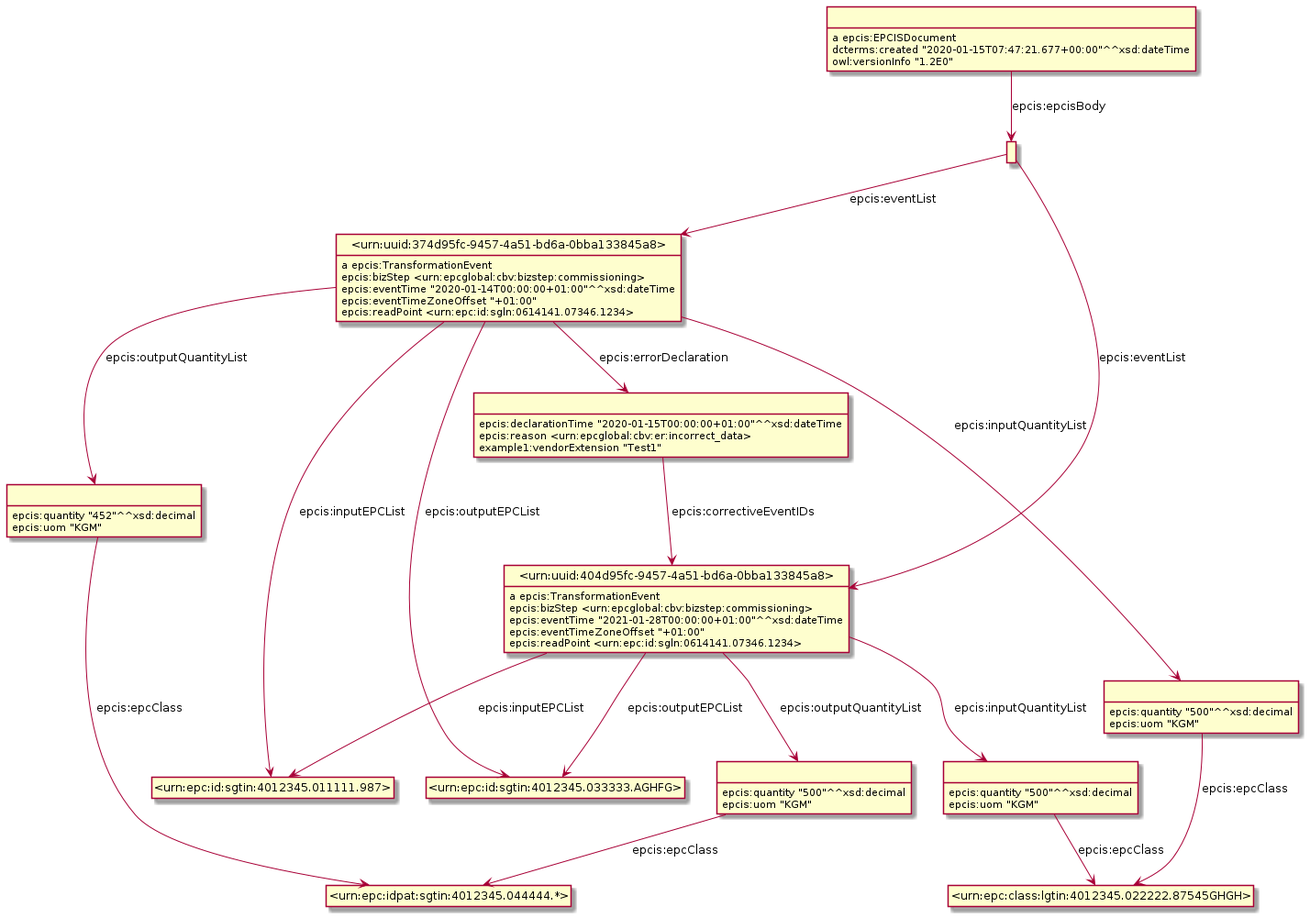
Earlier version of the PlantUML export Diagrams/WithErrorDeclaration/ErrorDeclarationAndCorrectiveEvent.png (gs1/EPCIS). Its diagram source:
```plantuml
@startuml
hide empty methods
hide empty attributes
hide circle
skinparam classAttributeIconSize 0
class _urn_uuid_374d95fc_9457_4a51_bd6a_0bba133845a8_ as "<urn:uuid:374d95fc-9457-4a51-bd6a-0bba133845a8>"
_urn_uuid_374d95fc_9457_4a51_bd6a_0bba133845a8_ : a epcis:TransformationEvent
class _urn_epc_id_sgtin_4012345_033333_AGHFG_ as "<urn:epc:id:sgtin:4012345.033333.AGHFG>"
_urn_uuid_374d95fc_9457_4a51_bd6a_0bba133845a8_ -down-> _urn_epc_id_sgtin_4012345_033333_AGHFG_ : epcis:outputEPCList
class _urn_epc_id_sgtin_4012345_011111_987_ as "<urn:epc:id:sgtin:4012345.011111.987>"
_urn_uuid_374d95fc_9457_4a51_bd6a_0bba133845a8_ -down-> _urn_epc_id_sgtin_4012345_011111_987_ : epcis:inputEPCList
class _r1623307975r2_ as " "
_urn_uuid_374d95fc_9457_4a51_bd6a_0bba133845a8_ -down-> _r1623307975r2_ : epcis:errorDeclaration
class _r1623307975r4_ as " "
_urn_uuid_374d95fc_9457_4a51_bd6a_0bba133845a8_ -down-> _r1623307975r4_ : epcis:outputQuantityList
class _r1623307975r3_ as " "
_urn_uuid_374d95fc_9457_4a51_bd6a_0bba133845a8_ -down-> _r1623307975r3_ : epcis:inputQuantityList
_urn_uuid_374d95fc_9457_4a51_bd6a_0bba133845a8_ : epcis:bizStep <urn:epcglobal:cbv:bizstep:commissioning>
_urn_uuid_374d95fc_9457_4a51_bd6a_0bba133845a8_ : epcis:eventTime "2020-01-14T00:00:00+01:00"^^xsd:dateTime
_urn_uuid_374d95fc_9457_4a51_bd6a_0bba133845a8_ : epcis:eventTimeZoneOffset "+01:00"
_urn_uuid_374d95fc_9457_4a51_bd6a_0bba133845a8_ : epcis:readPoint <urn:epc:id:sgln:0614141.07346.1234>
class _r1623307975r0_ as " "
_r1623307975r0_ : a epcis:EPCISDocument
class _r1623307975r1_ as " "
_r1623307975r0_ -down-> _r1623307975r1_ : epcis:epcisBody
_r1623307975r0_ : dcterms:created "2020-01-15T07:47:21.677+00:00"^^xsd:dateTime
_r1623307975r0_ : owl:versionInfo "1.2E0"
class _urn_epc_class_lgtin_4012345_022222_87545GHGH_ as "<urn:epc:class:lgtin:4012345.022222.87545GHGH>"
_r1623307975r3_ -down-> _urn_epc_class_lgtin_4012345_022222_87545GHGH_ : epcis:epcClass
_r1623307975r3_ : epcis:quantity "500"^^xsd:decimal
_r1623307975r3_ : epcis:uom "KGM"
class _urn_epc_idpat_sgtin_4012345_044444_ as "<urn:epc:idpat:sgtin:4012345.044444.*>"
_r1623307975r4_ -down-> _urn_epc_idpat_sgtin_4012345_044444_ : epcis:epcClass
_r1623307975r4_ : epcis:quantity "452"^^xsd:decimal
_r1623307975r4_ : epcis:uom "KGM"
class _urn_uuid_404d95fc_9457_4a51_bd6a_0bba133845a8_ as "<urn:uuid:404d95fc-9457-4a51-bd6a-0bba133845a8>"
_r1623307975r2_ -down-> _urn_uuid_404d95fc_9457_4a51_bd6a_0bba133845a8_ : epcis:correctiveEventIDs
_r1623307975r2_ : epcis:declarationTime "2020-01-15T00:00:00+01:00"^^xsd:dateTime
_r1623307975r2_ : epcis:reason <urn:epcglobal:cbv:er:incorrect_data>
_r1623307975r2_ : example1:vendorExtension "Test1"
_r1623307975r1_ -down-> _urn_uuid_404d95fc_9457_4a51_bd6a_0bba133845a8_ : epcis:eventList
_r1623307975r1_ -down-> _urn_uuid_374d95fc_9457_4a51_bd6a_0bba133845a8_ : epcis:eventList
_urn_uuid_404d95fc_9457_4a51_bd6a_0bba133845a8_ : a epcis:TransformationEvent
_urn_uuid_404d95fc_9457_4a51_bd6a_0bba133845a8_ -down-> _urn_epc_id_sgtin_4012345_033333_AGHFG_ : epcis:outputEPCList
_urn_uuid_404d95fc_9457_4a51_bd6a_0bba133845a8_ -down-> _urn_epc_id_sgtin_4012345_011111_987_ : epcis:inputEPCList
class _r1623307975r6_ as " "
_urn_uuid_404d95fc_9457_4a51_bd6a_0bba133845a8_ -down-> _r1623307975r6_ : epcis:outputQuantityList
class _r1623307975r5_ as " "
_urn_uuid_404d95fc_9457_4a51_bd6a_0bba133845a8_ -down-> _r1623307975r5_ : epcis:inputQuantityList
_urn_uuid_404d95fc_9457_4a51_bd6a_0bba133845a8_ : epcis:bizStep <urn:epcglobal:cbv:bizstep:commissioning>
_urn_uuid_404d95fc_9457_4a51_bd6a_0bba133845a8_ : epcis:eventTime "2021-01-28T00:00:00+01:00"^^xsd:dateTime
_urn_uuid_404d95fc_9457_4a51_bd6a_0bba133845a8_ : epcis:eventTimeZoneOffset "+01:00"
_urn_uuid_404d95fc_9457_4a51_bd6a_0bba133845a8_ : epcis:readPoint <urn:epc:id:sgln:0614141.07346.1234>
_r1623307975r6_ -down-> _urn_epc_idpat_sgtin_4012345_044444_ : epcis:epcClass
_r1623307975r6_ : epcis:quantity "500"^^xsd:decimal
_r1623307975r6_ : epcis:uom "KGM"
_r1623307975r5_ -down-> _urn_epc_class_lgtin_4012345_022222_87545GHGH_ : epcis:epcClass
_r1623307975r5_ : epcis:quantity "500"^^xsd:decimal
_r1623307975r5_ : epcis:uom "KGM"
@enduml
```
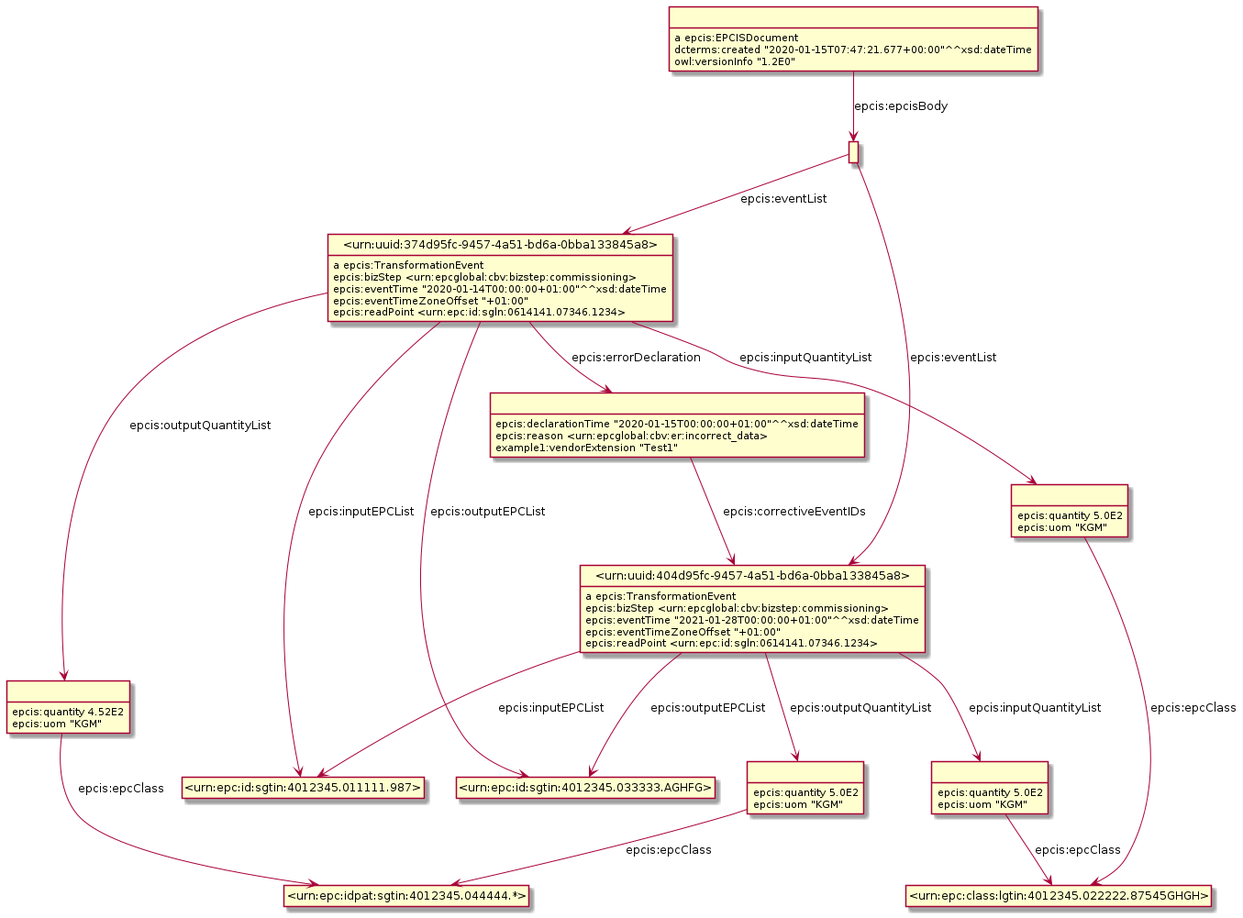
The same file after the commit.

Change to the diagram source:
```diff
@@ -3,58 +3,58 @@
 hide empty attributes
 hide circle
 skinparam classAttributeIconSize 0
+class _r1623934098r1_ as " "
 class _urn_uuid_374d95fc_9457_4a51_bd6a_0bba133845a8_ as "<urn:uuid:374d95fc-9457-4a51-bd6a-0bba133845a8>"
+_r1623934098r1_ -down-> _urn_uuid_374d95fc_9457_4a51_bd6a_0bba133845a8_ : epcis:eventList
+class _urn_uuid_404d95fc_9457_4a51_bd6a_0bba133845a8_ as "<urn:uuid:404d95fc-9457-4a51-bd6a-0bba133845a8>"
+_r1623934098r1_ -down-> _urn_uuid_404d95fc_9457_4a51_bd6a_0bba133845a8_ : epcis:eventList
+class _r1623934098r2_ as " "
+_r1623934098r2_ -down-> _urn_uuid_404d95fc_9457_4a51_bd6a_0bba133845a8_ : epcis:correctiveEventIDs
+_r1623934098r2_ : epcis:declarationTime "2020-01-15T00:00:00+01:00"^^xsd:dateTime
+_r1623934098r2_ : epcis:reason <urn:epcglobal:cbv:er:incorrect_data>
+_r1623934098r2_ : example1:vendorExtension "Test1"
+class _r1623934098r3_ as " "
+class _urn_epc_class_lgtin_4012345_022222_87545GHGH_ as "<urn:epc:class:lgtin:4012345.022222.87545GHGH>"
+_r1623934098r3_ -down-> _urn_epc_class_lgtin_4012345_022222_87545GHGH_ : epcis:epcClass
+_r1623934098r3_ : epcis:quantity 5.0E2
+_r1623934098r3_ : epcis:uom "KGM"
+class _r1623934098r5_ as " "
+_r1623934098r5_ -down-> _urn_epc_class_lgtin_4012345_022222_87545GHGH_ : epcis:epcClass
+_r1623934098r5_ : epcis:quantity 5.0E2
+_r1623934098r5_ : epcis:uom "KGM"
 _urn_uuid_374d95fc_9457_4a51_bd6a_0bba133845a8_ : a epcis:TransformationEvent
 class _urn_epc_id_sgtin_4012345_033333_AGHFG_ as "<urn:epc:id:sgtin:4012345.033333.AGHFG>"
 _urn_uuid_374d95fc_9457_4a51_bd6a_0bba133845a8_ -down-> _urn_epc_id_sgtin_4012345_033333_AGHFG_ : epcis:outputEPCList
 class _urn_epc_id_sgtin_4012345_011111_987_ as "<urn:epc:id:sgtin:4012345.011111.987>"
 _urn_uuid_374d95fc_9457_4a51_bd6a_0bba133845a8_ -down-> _urn_epc_id_sgtin_4012345_011111_987_ : epcis:inputEPCList
-class _r1623307975r2_ as " "
-_urn_uuid_374d95fc_9457_4a51_bd6a_0bba133845a8_ -down-> _r1623307975r2_ : epcis:errorDeclaration
-class _r1623307975r4_ as " "
-_urn_uuid_374d95fc_9457_4a51_bd6a_0bba133845a8_ -down-> _r1623307975r4_ : epcis:outputQuantityList
-class _r1623307975r3_ as " "
-_urn_uuid_374d95fc_9457_4a51_bd6a_0bba133845a8_ -down-> _r1623307975r3_ : epcis:inputQuantityList
+class _r1623934098r4_ as " "
+_urn_uuid_374d95fc_9457_4a51_bd6a_0bba133845a8_ -down-> _r1623934098r4_ : epcis:outputQuantityList
+_urn_uuid_374d95fc_9457_4a51_bd6a_0bba133845a8_ -down-> _r1623934098r2_ : epcis:errorDeclaration
+_urn_uuid_374d95fc_9457_4a51_bd6a_0bba133845a8_ -down-> _r1623934098r3_ : epcis:inputQuantityList
 _urn_uuid_374d95fc_9457_4a51_bd6a_0bba133845a8_ : epcis:bizStep <urn:epcglobal:cbv:bizstep:commissioning>
 _urn_uuid_374d95fc_9457_4a51_bd6a_0bba133845a8_ : epcis:eventTime "2020-01-14T00:00:00+01:00"^^xsd:dateTime
 _urn_uuid_374d95fc_9457_4a51_bd6a_0bba133845a8_ : epcis:eventTimeZoneOffset "+01:00"
 _urn_uuid_374d95fc_9457_4a51_bd6a_0bba133845a8_ : epcis:readPoint <urn:epc:id:sgln:0614141.07346.1234>
-class _r1623307975r0_ as " "
-_r1623307975r0_ : a epcis:EPCISDocument
-class _r1623307975r1_ as " "
-_r1623307975r0_ -down-> _r1623307975r1_ : epcis:epcisBody
-_r1623307975r0_ : dcterms:created "2020-01-15T07:47:21.677+00:00"^^xsd:dateTime
-_r1623307975r0_ : owl:versionInfo "1.2E0"
-class _urn_epc_class_lgtin_4012345_022222_87545GHGH_ as "<urn:epc:class:lgtin:4012345.022222.87545GHGH>"
-_r1623307975r3_ -down-> _urn_epc_class_lgtin_4012345_022222_87545GHGH_ : epcis:epcClass
-_r1623307975r3_ : epcis:quantity "500"^^xsd:decimal
-_r1623307975r3_ : epcis:uom "KGM"
+class _r1623934098r0_ as " "
+_r1623934098r0_ : a epcis:EPCISDocument
+_r1623934098r0_ -down-> _r1623934098r1_ : epcis:epcisBody
+_r1623934098r0_ : dcterms:created "2020-01-15T07:47:21.677+00:00"^^xsd:dateTime
+_r1623934098r0_ : owl:versionInfo "1.2E0"
+class _r1623934098r6_ as " "
 class _urn_epc_idpat_sgtin_4012345_044444_ as "<urn:epc:idpat:sgtin:4012345.044444.*>"
-_r1623307975r4_ -down-> _urn_epc_idpat_sgtin_4012345_044444_ : epcis:epcClass
-_r1623307975r4_ : epcis:quantity "452"^^xsd:decimal
-_r1623307975r4_ : epcis:uom "KGM"
-class _urn_uuid_404d95fc_9457_4a51_bd6a_0bba133845a8_ as "<urn:uuid:404d95fc-9457-4a51-bd6a-0bba133845a8>"
-_r1623307975r2_ -down-> _urn_uuid_404d95fc_9457_4a51_bd6a_0bba133845a8_ : epcis:correctiveEventIDs
-_r1623307975r2_ : epcis:declarationTime "2020-01-15T00:00:00+01:00"^^xsd:dateTime
-_r1623307975r2_ : epcis:reason <urn:epcglobal:cbv:er:incorrect_data>
-_r1623307975r2_ : example1:vendorExtension "Test1"
-_r1623307975r1_ -down-> _urn_uuid_404d95fc_9457_4a51_bd6a_0bba133845a8_ : epcis:eventList
-_r1623307975r1_ -down-> _urn_uuid_374d95fc_9457_4a51_bd6a_0bba133845a8_ : epcis:eventList
+_r1623934098r6_ -down-> _urn_epc_idpat_sgtin_4012345_044444_ : epcis:epcClass
+_r1623934098r6_ : epcis:quantity 5.0E2
+_r1623934098r6_ : epcis:uom "KGM"
+_r1623934098r4_ -down-> _urn_epc_idpat_sgtin_4012345_044444_ : epcis:epcClass
+_r1623934098r4_ : epcis:quantity 4.52E2
+_r1623934098r4_ : epcis:uom "KGM"
 _urn_uuid_404d95fc_9457_4a51_bd6a_0bba133845a8_ : a epcis:TransformationEvent
 _urn_uuid_404d95fc_9457_4a51_bd6a_0bba133845a8_ -down-> _urn_epc_id_sgtin_4012345_033333_AGHFG_ : epcis:outputEPCList
 _urn_uuid_404d95fc_9457_4a51_bd6a_0bba133845a8_ -down-> _urn_epc_id_sgtin_4012345_011111_987_ : epcis:inputEPCList
-class _r1623307975r6_ as " "
-_urn_uuid_404d95fc_9457_4a51_bd6a_0bba133845a8_ -down-> _r1623307975r6_ : epcis:outputQuantityList
-class _r1623307975r5_ as " "
-_urn_uuid_404d95fc_9457_4a51_bd6a_0bba133845a8_ -down-> _r1623307975r5_ : epcis:inputQuantityList
+_urn_uuid_404d95fc_9457_4a51_bd6a_0bba133845a8_ -down-> _r1623934098r5_ : epcis:inputQuantityList
+_urn_uuid_404d95fc_9457_4a51_bd6a_0bba133845a8_ -down-> _r1623934098r6_ : epcis:outputQuantityList
 _urn_uuid_404d95fc_9457_4a51_bd6a_0bba133845a8_ : epcis:bizStep <urn:epcglobal:cbv:bizstep:commissioning>
 _urn_uuid_404d95fc_9457_4a51_bd6a_0bba133845a8_ : epcis:eventTime "2021-01-28T00:00:00+01:00"^^xsd:dateTime
 _urn_uuid_404d95fc_9457_4a51_bd6a_0bba133845a8_ : epcis:eventTimeZoneOffset "+01:00"
 _urn_uuid_404d95fc_9457_4a51_bd6a_0bba133845a8_ : epcis:readPoint <urn:epc:id:sgln:0614141.07346.1234>
-_r1623307975r6_ -down-> _urn_epc_idpat_sgtin_4012345_044444_ : epcis:epcClass
-_r1623307975r6_ : epcis:quantity "500"^^xsd:decimal
-_r1623307975r6_ : epcis:uom "KGM"
-_r1623307975r5_ -down-> _urn_epc_class_lgtin_4012345_022222_87545GHGH_ : epcis:epcClass
-_r1623307975r5_ : epcis:quantity "500"^^xsd:decimal
-_r1623307975r5_ : epcis:uom "KGM"
 @enduml
```
